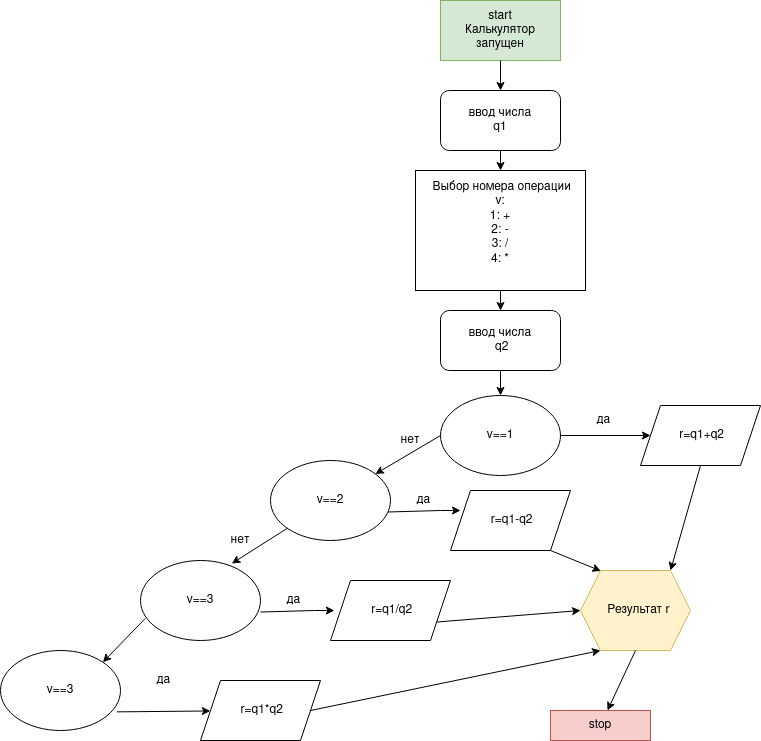
Before: bs.png, a diagram exported from draw.io (vikinice/sem7_DZ_py). Source tidied: cells renumbered, new cells last; positions are measured from the earlier drawing's top-left corner, leaving out a move shared by most shapes.
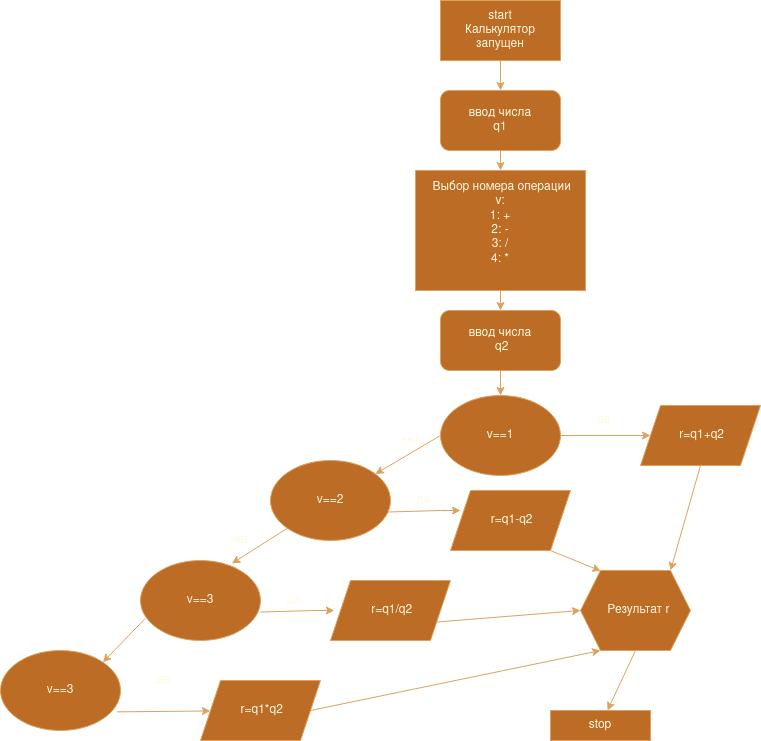
After the change.

Change to the diagram source:
```diff
@@ -2,55 +2,55 @@
   <root>
     <mxCell id="0" />
     <mxCell id="1" parent="0" />
-    <mxCell id="2" value="&lt;div&gt;start&lt;/div&gt;&lt;div&gt;Калькулятор запущен&lt;br&gt;&lt;/div&gt;" style="rounded=0;whiteSpace=wrap;html=1;fillColor=#d5e8d4;strokeColor=#82b366;" parent="1" vertex="1">
+    <mxCell id="2" value="&lt;div&gt;start&lt;/div&gt;&lt;div&gt;Калькулятор запущен&lt;br&gt;&lt;/div&gt;" style="rounded=0;whiteSpace=wrap;html=1;fillColor=#BC6C25;strokeColor=#DDA15E;labelBackgroundColor=none;fontColor=#FEFAE0;" parent="1" vertex="1">
       <mxGeometry x="440" width="120" height="60" as="geometry" />
     </mxCell>
-    <mxCell id="3" style="endArrow=classic;html=1;rounded=0;exitX=0.5;exitY=1;exitDx=0;exitDy=0;" parent="1" edge="1" source="2">
+    <mxCell id="3" style="endArrow=classic;html=1;rounded=0;exitX=0.5;exitY=1;exitDx=0;exitDy=0;labelBackgroundColor=none;strokeColor=#DDA15E;fontColor=default;" parent="1" edge="1" source="2">
       <mxGeometry relative="1" as="geometry">
         <mxPoint x="500" y="90" as="targetPoint" />
       </mxGeometry>
     </mxCell>
-    <mxCell id="4" value="&lt;div&gt;ввод числа&lt;/div&gt;&lt;div&gt;q1&lt;br&gt;&lt;/div&gt;" style="rounded=1;whiteSpace=wrap;html=1;" parent="1" vertex="1">
+    <mxCell id="4" value="&lt;div&gt;ввод числа&lt;/div&gt;&lt;div&gt;q1&lt;br&gt;&lt;/div&gt;" style="rounded=1;whiteSpace=wrap;html=1;labelBackgroundColor=none;fillColor=#BC6C25;strokeColor=#DDA15E;fontColor=#FEFAE0;" parent="1" vertex="1">
       <mxGeometry x="440" y="90" width="120" height="60" as="geometry" />
     </mxCell>
-    <mxCell id="5" value="&lt;div&gt;&amp;nbsp;Выбор номера операции&lt;/div&gt;&lt;div&gt;v:&lt;/div&gt;&lt;div&gt;1: +&lt;/div&gt;&lt;div&gt;2: -&lt;/div&gt;&lt;div&gt;3: / &lt;br&gt;&lt;/div&gt;&lt;div&gt;4: * &lt;br&gt;&lt;/div&gt;&lt;div&gt;&lt;br&gt;&lt;/div&gt;" style="rounded=0;whiteSpace=wrap;html=1;" parent="1" vertex="1">
+    <mxCell id="5" value="&lt;div&gt;&amp;nbsp;Выбор номера операции&lt;/div&gt;&lt;div&gt;v:&lt;/div&gt;&lt;div&gt;1: +&lt;/div&gt;&lt;div&gt;2: -&lt;/div&gt;&lt;div&gt;3: / &lt;br&gt;&lt;/div&gt;&lt;div&gt;4: * &lt;br&gt;&lt;/div&gt;&lt;div&gt;&lt;br&gt;&lt;/div&gt;" style="rounded=0;whiteSpace=wrap;html=1;labelBackgroundColor=none;fillColor=#BC6C25;strokeColor=#DDA15E;fontColor=#FEFAE0;" parent="1" vertex="1">
       <mxGeometry x="415" y="170" width="170" height="120" as="geometry" />
     </mxCell>
-    <mxCell id="6" style="endArrow=classic;html=1;rounded=0;exitX=0.5;exitY=1;exitDx=0;exitDy=0;entryX=0.5;entryY=0;entryDx=0;entryDy=0;" parent="1" edge="1" source="4" target="5">
+    <mxCell id="6" style="endArrow=classic;html=1;rounded=0;exitX=0.5;exitY=1;exitDx=0;exitDy=0;entryX=0.5;entryY=0;entryDx=0;entryDy=0;labelBackgroundColor=none;strokeColor=#DDA15E;fontColor=default;" parent="1" edge="1" source="4" target="5">
       <mxGeometry relative="1" as="geometry" />
     </mxCell>
-    <mxCell id="7" value="&lt;div&gt;ввод числа&lt;/div&gt;&amp;nbsp;q2" style="rounded=1;whiteSpace=wrap;html=1;" parent="1" vertex="1">
+    <mxCell id="7" value="&lt;div&gt;ввод числа&lt;/div&gt;&amp;nbsp;q2" style="rounded=1;whiteSpace=wrap;html=1;labelBackgroundColor=none;fillColor=#BC6C25;strokeColor=#DDA15E;fontColor=#FEFAE0;" parent="1" vertex="1">
       <mxGeometry x="440" y="310" width="120" height="60" as="geometry" />
     </mxCell>
-    <mxCell id="8" style="endArrow=classic;html=1;rounded=0;exitX=0.5;exitY=1;exitDx=0;exitDy=0;" parent="1" edge="1" source="5">
+    <mxCell id="8" style="endArrow=classic;html=1;rounded=0;exitX=0.5;exitY=1;exitDx=0;exitDy=0;labelBackgroundColor=none;strokeColor=#DDA15E;fontColor=default;" parent="1" edge="1" source="5">
       <mxGeometry relative="1" as="geometry">
         <mxPoint x="500" y="310" as="targetPoint" />
       </mxGeometry>
     </mxCell>
-    <mxCell id="9" value="v==1" style="ellipse;whiteSpace=wrap;html=1;" parent="1" vertex="1">
+    <mxCell id="9" value="v==1" style="ellipse;whiteSpace=wrap;html=1;labelBackgroundColor=none;fillColor=#BC6C25;strokeColor=#DDA15E;fontColor=#FEFAE0;" parent="1" vertex="1">
       <mxGeometry x="440" y="395" width="120" height="80" as="geometry" />
     </mxCell>
-    <mxCell id="10" style="endArrow=classic;html=1;rounded=0;exitX=1;exitY=0.5;exitDx=0;exitDy=0;" parent="1" edge="1" source="9">
+    <mxCell id="10" style="endArrow=classic;html=1;rounded=0;exitX=1;exitY=0.5;exitDx=0;exitDy=0;labelBackgroundColor=none;strokeColor=#DDA15E;fontColor=default;" parent="1" edge="1" source="9">
       <mxGeometry relative="1" as="geometry">
         <mxPoint x="650" y="435" as="targetPoint" />
       </mxGeometry>
     </mxCell>
-    <mxCell id="11" value="&amp;nbsp; да" style="text;html=1;strokeColor=none;fillColor=none;align=center;verticalAlign=middle;whiteSpace=wrap;rounded=0;" parent="1" vertex="1">
+    <mxCell id="11" value="&amp;nbsp; да" style="text;html=1;strokeColor=none;fillColor=none;align=center;verticalAlign=middle;whiteSpace=wrap;rounded=0;labelBackgroundColor=none;fontColor=#FEFAE0;" parent="1" vertex="1">
       <mxGeometry x="570" y="410" width="60" height="20" as="geometry" />
     </mxCell>
-    <mxCell id="12" style="endArrow=classic;html=1;rounded=0;exitX=0.5;exitY=1;exitDx=0;exitDy=0;entryX=0.5;entryY=0;entryDx=0;entryDy=0;" parent="1" edge="1" source="7" target="9">
+    <mxCell id="12" style="endArrow=classic;html=1;rounded=0;exitX=0.5;exitY=1;exitDx=0;exitDy=0;entryX=0.5;entryY=0;entryDx=0;entryDy=0;labelBackgroundColor=none;strokeColor=#DDA15E;fontColor=default;" parent="1" edge="1" source="7" target="9">
       <mxGeometry relative="1" as="geometry" />
     </mxCell>
-    <mxCell id="13" value="&amp;nbsp;r=q1+q2" style="shape=parallelogram;perimeter=parallelogramPerimeter;whiteSpace=wrap;html=1;fixedSize=1;" parent="1" vertex="1">
+    <mxCell id="13" value="&amp;nbsp;r=q1+q2" style="shape=parallelogram;perimeter=parallelogramPerimeter;whiteSpace=wrap;html=1;fixedSize=1;labelBackgroundColor=none;fillColor=#BC6C25;strokeColor=#DDA15E;fontColor=#FEFAE0;" parent="1" vertex="1">
       <mxGeometry x="640" y="405" width="120" height="60" as="geometry" />
     </mxCell>
-    <mxCell id="14" value="нет" style="text;html=1;strokeColor=none;fillColor=none;align=center;verticalAlign=middle;whiteSpace=wrap;rounded=0;" parent="1" vertex="1">
+    <mxCell id="14" value="нет" style="text;html=1;strokeColor=none;fillColor=none;align=center;verticalAlign=middle;whiteSpace=wrap;rounded=0;labelBackgroundColor=none;fontColor=#FEFAE0;" parent="1" vertex="1">
       <mxGeometry x="380" y="430" width="60" height="20" as="geometry" />
     </mxCell>
-    <mxCell id="15" style="endArrow=classic;html=1;rounded=0;exitX=0;exitY=0.5;exitDx=0;exitDy=0;" parent="1" edge="1" source="9" target="20">
+    <mxCell id="15" style="endArrow=classic;html=1;rounded=0;exitX=0;exitY=0.5;exitDx=0;exitDy=0;labelBackgroundColor=none;strokeColor=#DDA15E;fontColor=default;" parent="1" edge="1" source="9" target="20">
       <mxGeometry relative="1" as="geometry" />
     </mxCell>
-    <mxCell id="16" style="endArrow=classic;html=1;rounded=0;exitX=1;exitY=0.75;exitDx=0;exitDy=0;" parent="1" edge="1">
+    <mxCell id="16" style="endArrow=classic;html=1;rounded=0;exitX=1;exitY=0.75;exitDx=0;exitDy=0;labelBackgroundColor=none;strokeColor=#DDA15E;fontColor=default;" parent="1" edge="1">
       <mxGeometry relative="1" as="geometry">
         <mxPoint x="386.2" y="511.5" as="sourcePoint" />
         <mxPoint x="460" y="510" as="targetPoint" />
@@ -59,25 +59,25 @@
         </Array>
       </mxGeometry>
     </mxCell>
-    <mxCell id="17" value="&amp;nbsp; да" style="text;html=1;strokeColor=none;fillColor=none;align=center;verticalAlign=middle;whiteSpace=wrap;rounded=0;" parent="1" vertex="1">
+    <mxCell id="17" value="&amp;nbsp; да" style="text;html=1;strokeColor=none;fillColor=none;align=center;verticalAlign=middle;whiteSpace=wrap;rounded=0;labelBackgroundColor=none;fontColor=#FEFAE0;" parent="1" vertex="1">
       <mxGeometry x="390" y="490" width="60" height="20" as="geometry" />
     </mxCell>
-    <mxCell id="18" value="&amp;nbsp;r=q1-q2" style="shape=parallelogram;perimeter=parallelogramPerimeter;whiteSpace=wrap;html=1;fixedSize=1;" parent="1" vertex="1">
+    <mxCell id="18" value="&amp;nbsp;r=q1-q2" style="shape=parallelogram;perimeter=parallelogramPerimeter;whiteSpace=wrap;html=1;fixedSize=1;labelBackgroundColor=none;fillColor=#BC6C25;strokeColor=#DDA15E;fontColor=#FEFAE0;" parent="1" vertex="1">
       <mxGeometry x="450" y="490" width="120" height="60" as="geometry" />
     </mxCell>
-    <mxCell id="19" style="endArrow=classic;html=1;rounded=0;entryX=0.761;entryY=0.038;entryDx=0;entryDy=0;entryPerimeter=0;" parent="1" edge="1" source="20" target="22">
+    <mxCell id="19" style="endArrow=classic;html=1;rounded=0;entryX=0.761;entryY=0.038;entryDx=0;entryDy=0;entryPerimeter=0;labelBackgroundColor=none;strokeColor=#DDA15E;fontColor=default;" parent="1" edge="1" source="20" target="22">
       <mxGeometry relative="1" as="geometry" />
     </mxCell>
-    <mxCell id="20" value="v==2" style="ellipse;whiteSpace=wrap;html=1;" parent="1" vertex="1">
+    <mxCell id="20" value="v==2" style="ellipse;whiteSpace=wrap;html=1;labelBackgroundColor=none;fillColor=#BC6C25;strokeColor=#DDA15E;fontColor=#FEFAE0;" parent="1" vertex="1">
       <mxGeometry x="270" y="460" width="120" height="80" as="geometry" />
     </mxCell>
-    <mxCell id="21" value="нет" style="text;html=1;strokeColor=none;fillColor=none;align=center;verticalAlign=middle;whiteSpace=wrap;rounded=0;" parent="1" vertex="1">
+    <mxCell id="21" value="нет" style="text;html=1;strokeColor=none;fillColor=none;align=center;verticalAlign=middle;whiteSpace=wrap;rounded=0;labelBackgroundColor=none;fontColor=#FEFAE0;" parent="1" vertex="1">
       <mxGeometry x="210" y="530" width="60" height="20" as="geometry" />
     </mxCell>
-    <mxCell id="22" value="v==3" style="ellipse;whiteSpace=wrap;html=1;" parent="1" vertex="1">
+    <mxCell id="22" value="v==3" style="ellipse;whiteSpace=wrap;html=1;labelBackgroundColor=none;fillColor=#BC6C25;strokeColor=#DDA15E;fontColor=#FEFAE0;" parent="1" vertex="1">
       <mxGeometry x="140" y="560" width="120" height="80" as="geometry" />
     </mxCell>
-    <mxCell id="23" style="endArrow=classic;html=1;rounded=0;exitX=1;exitY=0.75;exitDx=0;exitDy=0;" parent="1" edge="1">
+    <mxCell id="23" style="endArrow=classic;html=1;rounded=0;exitX=1;exitY=0.75;exitDx=0;exitDy=0;labelBackgroundColor=none;strokeColor=#DDA15E;fontColor=default;" parent="1" edge="1">
       <mxGeometry relative="1" as="geometry">
         <mxPoint x="260" y="611.5" as="sourcePoint" />
         <mxPoint x="333.9" y="610" as="targetPoint" />
@@ -86,56 +86,56 @@
         </Array>
       </mxGeometry>
     </mxCell>
-    <mxCell id="24" value="&amp;nbsp;r=q1/q2" style="shape=parallelogram;perimeter=parallelogramPerimeter;whiteSpace=wrap;html=1;fixedSize=1;" parent="1" vertex="1">
+    <mxCell id="24" value="&amp;nbsp;r=q1/q2" style="shape=parallelogram;perimeter=parallelogramPerimeter;whiteSpace=wrap;html=1;fixedSize=1;labelBackgroundColor=none;fillColor=#BC6C25;strokeColor=#DDA15E;fontColor=#FEFAE0;" parent="1" vertex="1">
       <mxGeometry x="330" y="580" width="120" height="60" as="geometry" />
     </mxCell>
-    <mxCell id="25" value="v==3" style="ellipse;whiteSpace=wrap;html=1;" parent="1" vertex="1">
+    <mxCell id="25" value="v==3" style="ellipse;whiteSpace=wrap;html=1;labelBackgroundColor=none;fillColor=#BC6C25;strokeColor=#DDA15E;fontColor=#FEFAE0;" parent="1" vertex="1">
       <mxGeometry y="650" width="120" height="80" as="geometry" />
     </mxCell>
-    <mxCell id="26" style="endArrow=classic;html=1;rounded=0;exitX=0.039;exitY=0.725;exitDx=0;exitDy=0;entryX=1;entryY=0;entryDx=0;entryDy=0;exitPerimeter=0;" parent="1" edge="1" source="22" target="25">
+    <mxCell id="26" style="endArrow=classic;html=1;rounded=0;exitX=0.039;exitY=0.725;exitDx=0;exitDy=0;entryX=1;entryY=0;entryDx=0;entryDy=0;exitPerimeter=0;labelBackgroundColor=none;strokeColor=#DDA15E;fontColor=default;" parent="1" edge="1" source="22" target="25">
       <mxGeometry relative="1" as="geometry" />
     </mxCell>
-    <mxCell id="27" value="&amp;nbsp;r=q1*q2" style="shape=parallelogram;perimeter=parallelogramPerimeter;whiteSpace=wrap;html=1;fixedSize=1;" parent="1" vertex="1">
+    <mxCell id="27" value="&amp;nbsp;r=q1*q2" style="shape=parallelogram;perimeter=parallelogramPerimeter;whiteSpace=wrap;html=1;fixedSize=1;labelBackgroundColor=none;fillColor=#BC6C25;strokeColor=#DDA15E;fontColor=#FEFAE0;" parent="1" vertex="1">
       <mxGeometry x="200" y="680" width="120" height="60" as="geometry" />
     </mxCell>
-    <mxCell id="28" value="&amp;nbsp; да" style="text;html=1;strokeColor=none;fillColor=none;align=center;verticalAlign=middle;whiteSpace=wrap;rounded=0;" parent="1" vertex="1">
+    <mxCell id="28" value="&amp;nbsp; да" style="text;html=1;strokeColor=none;fillColor=none;align=center;verticalAlign=middle;whiteSpace=wrap;rounded=0;labelBackgroundColor=none;fontColor=#FEFAE0;" parent="1" vertex="1">
       <mxGeometry x="260" y="590" width="60" height="20" as="geometry" />
     </mxCell>
-    <mxCell id="29" value="&amp;nbsp; да" style="text;html=1;strokeColor=none;fillColor=none;align=center;verticalAlign=middle;whiteSpace=wrap;rounded=0;" parent="1" vertex="1">
+    <mxCell id="29" value="&amp;nbsp; да" style="text;html=1;strokeColor=none;fillColor=none;align=center;verticalAlign=middle;whiteSpace=wrap;rounded=0;labelBackgroundColor=none;fontColor=#FEFAE0;" parent="1" vertex="1">
       <mxGeometry x="130" y="670" width="60" height="20" as="geometry" />
     </mxCell>
-    <mxCell id="30" style="endArrow=classic;html=1;rounded=0;exitX=0.969;exitY=0.767;exitDx=0;exitDy=0;exitPerimeter=0;" parent="1" edge="1" source="25" target="27">
+    <mxCell id="30" style="endArrow=classic;html=1;rounded=0;exitX=0.969;exitY=0.767;exitDx=0;exitDy=0;exitPerimeter=0;labelBackgroundColor=none;strokeColor=#DDA15E;fontColor=default;" parent="1" edge="1" source="25" target="27">
       <mxGeometry relative="1" as="geometry" />
     </mxCell>
-    <mxCell id="31" value="stop" style="rounded=0;whiteSpace=wrap;html=1;fillColor=#f8cecc;strokeColor=#b85450;" parent="1" vertex="1">
+    <mxCell id="31" value="stop" style="rounded=0;whiteSpace=wrap;html=1;fillColor=#BC6C25;strokeColor=#DDA15E;labelBackgroundColor=none;fontColor=#FEFAE0;" parent="1" vertex="1">
       <mxGeometry x="550" y="710" width="100" height="30" as="geometry" />
     </mxCell>
-    <mxCell id="32" value="&amp;nbsp; Результат r" style="shape=hexagon;perimeter=hexagonPerimeter2;whiteSpace=wrap;html=1;fixedSize=1;fillColor=#fff2cc;strokeColor=#d6b656;" parent="1" vertex="1">
+    <mxCell id="32" value="&amp;nbsp; Результат r" style="shape=hexagon;perimeter=hexagonPerimeter2;whiteSpace=wrap;html=1;fixedSize=1;fillColor=#BC6C25;strokeColor=#DDA15E;labelBackgroundColor=none;fontColor=#FEFAE0;" parent="1" vertex="1">
       <mxGeometry x="580" y="570" width="110" height="80" as="geometry" />
     </mxCell>
-    <mxCell id="33" style="endArrow=classic;html=1;rounded=0;exitX=0.5;exitY=1;exitDx=0;exitDy=0;" parent="1" edge="1" source="13">
+    <mxCell id="33" style="endArrow=classic;html=1;rounded=0;exitX=0.5;exitY=1;exitDx=0;exitDy=0;labelBackgroundColor=none;strokeColor=#DDA15E;fontColor=default;" parent="1" edge="1" source="13">
       <mxGeometry relative="1" as="geometry">
         <mxPoint x="670" y="570" as="targetPoint" />
       </mxGeometry>
     </mxCell>
-    <mxCell id="34" style="endArrow=classic;html=1;rounded=0;entryX=0.185;entryY=0.006;entryDx=0;entryDy=0;entryPerimeter=0;" parent="1" edge="1" target="32">
+    <mxCell id="34" style="endArrow=classic;html=1;rounded=0;entryX=0.185;entryY=0.006;entryDx=0;entryDy=0;entryPerimeter=0;labelBackgroundColor=none;strokeColor=#DDA15E;fontColor=default;" parent="1" edge="1" target="32">
       <mxGeometry relative="1" as="geometry">
         <mxPoint x="550" y="550" as="sourcePoint" />
       </mxGeometry>
     </mxCell>
-    <mxCell id="35" style="endArrow=classic;html=1;rounded=0;exitX=1;exitY=0.75;exitDx=0;exitDy=0;entryX=0;entryY=0.5;entryDx=0;entryDy=0;" parent="1" edge="1" source="24" target="32">
+    <mxCell id="35" style="endArrow=classic;html=1;rounded=0;exitX=1;exitY=0.75;exitDx=0;exitDy=0;entryX=0;entryY=0.5;entryDx=0;entryDy=0;labelBackgroundColor=none;strokeColor=#DDA15E;fontColor=default;" parent="1" edge="1" source="24" target="32">
       <mxGeometry relative="1" as="geometry">
         <Array as="points">
           <mxPoint x="580" y="610" />
         </Array>
       </mxGeometry>
     </mxCell>
-    <mxCell id="36" style="endArrow=classic;html=1;rounded=0;exitX=1;exitY=0.5;exitDx=0;exitDy=0;" parent="1" edge="1" source="27">
+    <mxCell id="36" style="endArrow=classic;html=1;rounded=0;exitX=1;exitY=0.5;exitDx=0;exitDy=0;labelBackgroundColor=none;strokeColor=#DDA15E;fontColor=default;" parent="1" edge="1" source="27">
       <mxGeometry relative="1" as="geometry">
         <mxPoint x="600" y="650" as="targetPoint" />
       </mxGeometry>
     </mxCell>
-    <mxCell id="37" style="endArrow=classic;html=1;rounded=0;exitX=0.5;exitY=1;exitDx=0;exitDy=0;" parent="1" edge="1" source="32" target="31">
+    <mxCell id="37" style="endArrow=classic;html=1;rounded=0;exitX=0.5;exitY=1;exitDx=0;exitDy=0;labelBackgroundColor=none;strokeColor=#DDA15E;fontColor=default;" parent="1" edge="1" source="32" target="31">
       <mxGeometry relative="1" as="geometry" />
     </mxCell>
   </root>
```
